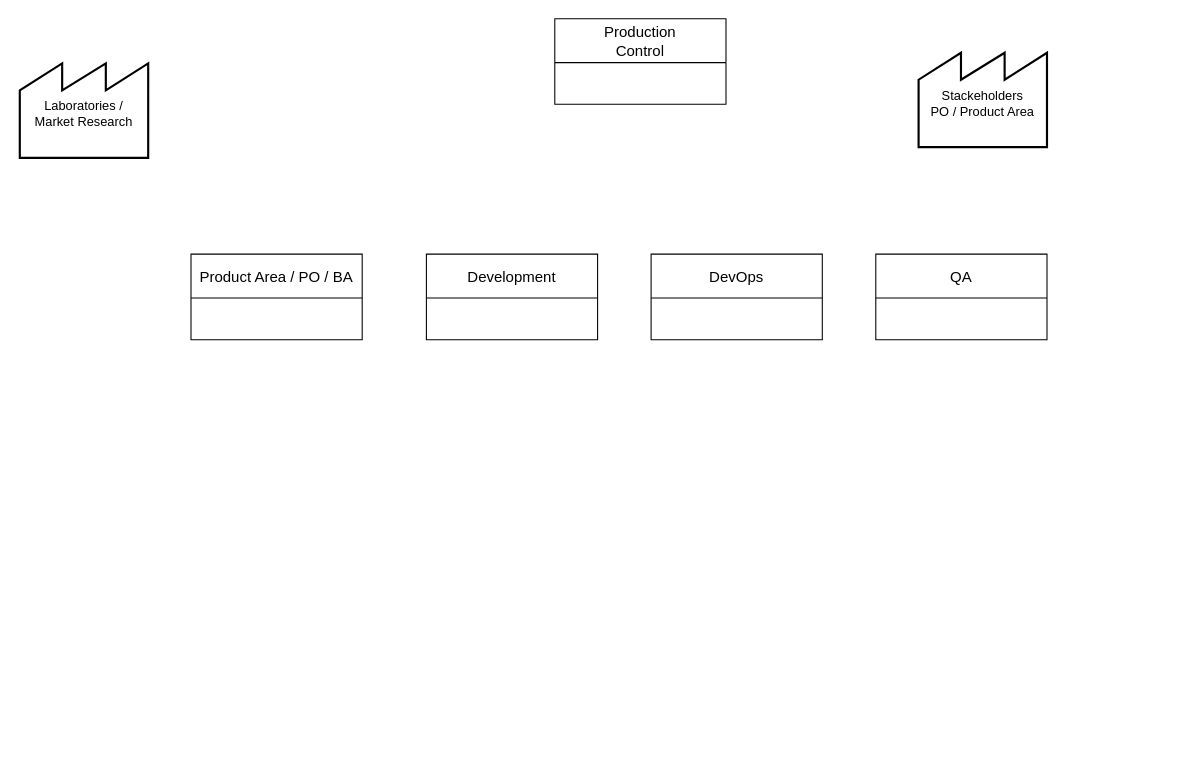
This is src/assets/VSMCurrent.drawio from evertondanilo/ionic-preview-app, a draw.io file, before an edit. Source tidied: cells renumbered, new cells numbered last; positions are measured from the earlier drawing's top-left corner, leaving out a move shared by most shapes. Both pictures are drawn from the tidied source at 107%, with x=0, y=0 at pixel (19, 18).
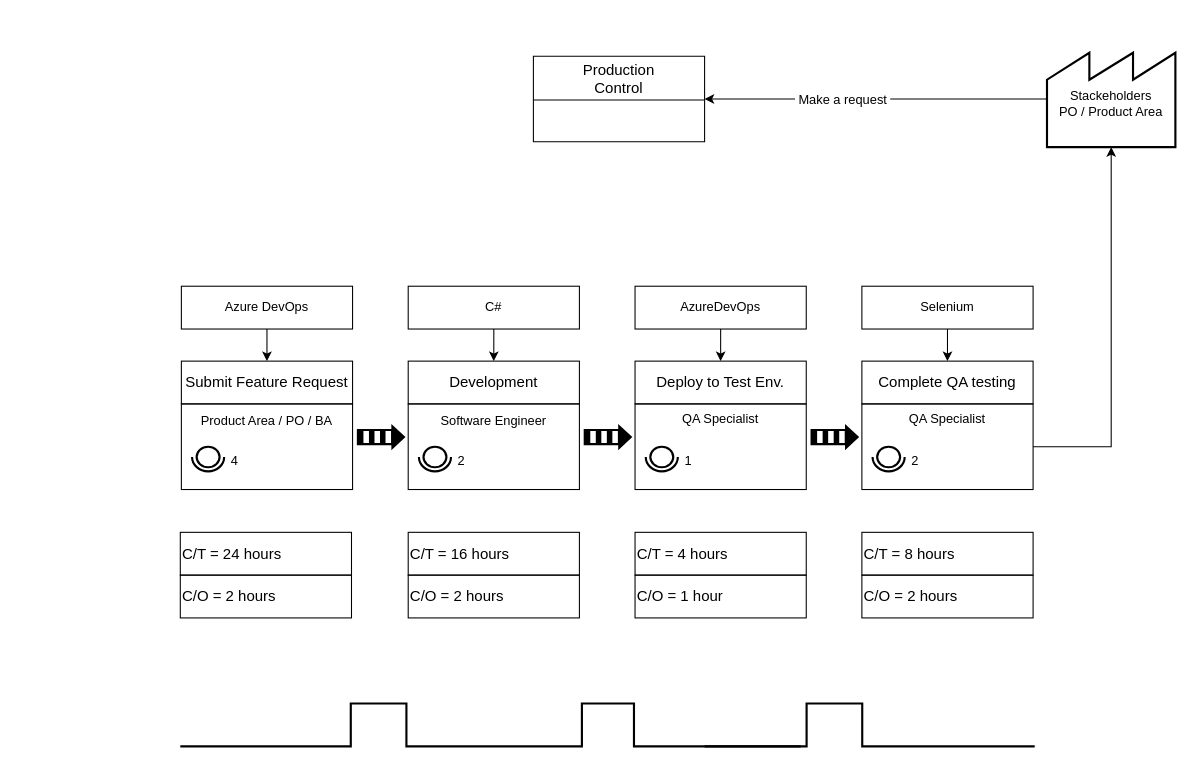
The same page after the edit.

Change to the diagram source:
```diff
@@
+    <mxCell id="9" style="edgeStyle=orthogonalEdgeStyle;rounded=0;jettySize=auto;html=1;entryX=1;entryY=0.5;entryDx=0;entryDy=0;" parent="1" edge="1" source="2" target="3">
+      <mxGeometry relative="1" as="geometry" />
+    </mxCell>
+    <mxCell id="10" value="&lt;font style=&quot;font-size: 12px&quot;&gt;&amp;nbsp;Make a request&amp;nbsp;&lt;/font&gt;" style="edgeLabel;html=1;align=center;verticalAlign=middle;fontSize=14;spacingLeft=4;" parent="9" vertex="1">
+      <mxGeometry x="0.21" y="-1" relative="1" as="geometry" />
+    </mxCell>
     <mxCell id="2" value="Stackeholders&lt;br&gt;PO / Product Area" style="strokeWidth=2;html=1;shape=mxgraph.lean_mapping.outside_sources;whiteSpace=wrap;align=center;verticalAlign=middle;spacingTop=8;" parent="1" vertex="1">
-      <mxGeometry x="840" y="30" width="120" height="90" as="geometry" />
+      <mxGeometry x="960" y="30" width="120" height="90" as="geometry" />
     </mxCell>
     <mxCell id="3" value="Production&#10;Control" style="swimlane;fontStyle=0;horizontal=1;startSize=41;align=center;fontSize=14;" parent="1" vertex="1">
-      <mxGeometry x="500" width="160" height="80" as="geometry" />
+      <mxGeometry x="480" y="35" width="160" height="80" as="geometry" />
     </mxCell>
-    <mxCell id="4" value="QA" style="swimlane;fontStyle=0;horizontal=1;startSize=41;align=center;fontSize=14;" parent="1" vertex="1">
-      <mxGeometry x="800" y="220" width="160" height="80" as="geometry" />
-    </mxCell>
+    <mxCell id="11" style="group;" parent="1" vertex="1">
+      <mxGeometry x="151" y="320" width="160" height="120" as="geometry" />
+    </mxCell>
+    <mxCell id="12" value="&lt;span style=&quot;font-size: 14px&quot;&gt;Submit Feature Request&lt;/span&gt;" style="rounded=0;whiteSpace=wrap;html=1;fillColor=none;align=center;" parent="11" vertex="1">
+      <mxGeometry width="160" height="40" as="geometry" />
+    </mxCell>
-    <mxCell id="5" value="Product Area / PO / BA" style="swimlane;fontStyle=0;horizontal=1;startSize=41;align=center;fontSize=14;" parent="1" vertex="1">
-      <mxGeometry x="160" y="220" width="160" height="80" as="geometry" />
+    <mxCell id="5" value="Product Area / PO / BA&lt;span style=&quot;font-size: 14px&quot;&gt;&lt;br&gt;&lt;/span&gt;" style="rounded=0;whiteSpace=wrap;html=1;fillColor=none;align=center;verticalAlign=top;" parent="11" vertex="1">
+      <mxGeometry y="40" width="160" height="80" as="geometry" />
     </mxCell>
+    <mxCell id="13" style="verticalLabelPosition=bottom;html=1;verticalAlign=top;strokeWidth=2;shape=mxgraph.lean_mapping.operator;fillColor=none;align=center;" parent="11" vertex="1">
+      <mxGeometry x="10" y="80" width="30" height="23" as="geometry" />
+    </mxCell>
+    <mxCell id="14" value="4" style="text;html=1;strokeColor=none;fillColor=none;align=center;verticalAlign=middle;whiteSpace=wrap;rounded=0;" parent="11" vertex="1">
+      <mxGeometry x="30" y="84" width="40" height="20" as="geometry" />
+    </mxCell>
+    <mxCell id="15" style="group;" parent="1" vertex="1">
+      <mxGeometry x="363" y="320" width="160" height="120" as="geometry" />
+    </mxCell>
-    <mxCell id="6" value="Development" style="swimlane;fontStyle=0;horizontal=1;startSize=41;align=center;fontSize=14;" parent="1" vertex="1">
-      <mxGeometry x="380" y="220" width="160" height="80" as="geometry" />
+    <mxCell id="6" value="&lt;span style=&quot;font-size: 14px&quot;&gt;Development&lt;/span&gt;" style="rounded=0;whiteSpace=wrap;html=1;fillColor=none;align=center;" parent="15" vertex="1">
+      <mxGeometry width="160" height="40" as="geometry" />
     </mxCell>
-    <mxCell id="7" value="DevOps" style="swimlane;fontStyle=0;horizontal=1;startSize=41;align=center;fontSize=14;" parent="1" vertex="1">
-      <mxGeometry x="590" y="220" width="160" height="80" as="geometry" />
-    </mxCell>
-    <mxCell id="8" value="Laboratories / &lt;br&gt;Market Research" style="strokeWidth=2;html=1;shape=mxgraph.lean_mapping.outside_sources;whiteSpace=wrap;align=center;verticalAlign=middle;spacingTop=8;" parent="1" vertex="1">
-      <mxGeometry y="40" width="120" height="90" as="geometry" />
-    </mxCell>
+    <mxCell id="16" value="&lt;span&gt;Software Engineer&lt;/span&gt;&lt;span style=&quot;font-size: 14px&quot;&gt;&lt;br&gt;&lt;/span&gt;" style="rounded=0;whiteSpace=wrap;html=1;fillColor=none;align=center;verticalAlign=top;" parent="15" vertex="1">
+      <mxGeometry y="40" width="160" height="80" as="geometry" />
+    </mxCell>
+    <mxCell id="17" style="verticalLabelPosition=bottom;html=1;verticalAlign=top;strokeWidth=2;shape=mxgraph.lean_mapping.operator;fillColor=none;align=center;" parent="15" vertex="1">
+      <mxGeometry x="10" y="80" width="30" height="23" as="geometry" />
+    </mxCell>
+    <mxCell id="18" value="2" style="text;html=1;strokeColor=none;fillColor=none;align=center;verticalAlign=middle;whiteSpace=wrap;rounded=0;" parent="15" vertex="1">
+      <mxGeometry x="30" y="84" width="40" height="20" as="geometry" />
+    </mxCell>
+    <mxCell id="19" style="group;" parent="1" vertex="1">
+      <mxGeometry x="787" y="320" width="160" height="120" as="geometry" />
+    </mxCell>
+    <mxCell id="20" value="&lt;span style=&quot;font-size: 14px&quot;&gt;Complete QA testing&lt;/span&gt;" style="rounded=0;whiteSpace=wrap;html=1;fillColor=none;align=center;" parent="19" vertex="1">
+      <mxGeometry width="160" height="40" as="geometry" />
+    </mxCell>
+    <mxCell id="21" value="QA Specialist" style="rounded=0;whiteSpace=wrap;html=1;fillColor=none;align=center;verticalAlign=top;" parent="19" vertex="1">
+      <mxGeometry y="40" width="160" height="80" as="geometry" />
+    </mxCell>
+    <mxCell id="22" style="verticalLabelPosition=bottom;html=1;verticalAlign=top;strokeWidth=2;shape=mxgraph.lean_mapping.operator;fillColor=none;align=center;" parent="19" vertex="1">
+      <mxGeometry x="10" y="80" width="30" height="23" as="geometry" />
+    </mxCell>
+    <mxCell id="23" value="2" style="text;html=1;strokeColor=none;fillColor=none;align=center;verticalAlign=middle;whiteSpace=wrap;rounded=0;" parent="19" vertex="1">
+      <mxGeometry x="30" y="84" width="40" height="20" as="geometry" />
+    </mxCell>
+    <mxCell id="24" style="group;" parent="1" vertex="1">
+      <mxGeometry x="575" y="320" width="160" height="120" as="geometry" />
+    </mxCell>
+    <mxCell id="25" value="&lt;span style=&quot;font-size: 14px&quot;&gt;Deploy to Test Env.&lt;/span&gt;" style="rounded=0;whiteSpace=wrap;html=1;fillColor=none;align=center;" parent="24" vertex="1">
+      <mxGeometry width="160" height="40" as="geometry" />
+    </mxCell>
+    <mxCell id="26" value="QA Specialist" style="rounded=0;whiteSpace=wrap;html=1;fillColor=none;align=center;verticalAlign=top;" parent="24" vertex="1">
+      <mxGeometry y="40" width="160" height="80" as="geometry" />
+    </mxCell>
+    <mxCell id="27" style="verticalLabelPosition=bottom;html=1;verticalAlign=top;strokeWidth=2;shape=mxgraph.lean_mapping.operator;fillColor=none;align=center;" parent="24" vertex="1">
+      <mxGeometry x="10" y="80" width="30" height="23" as="geometry" />
+    </mxCell>
+    <mxCell id="28" value="1" style="text;html=1;strokeColor=none;fillColor=none;align=center;verticalAlign=middle;whiteSpace=wrap;rounded=0;" parent="24" vertex="1">
+      <mxGeometry x="30" y="84" width="40" height="20" as="geometry" />
+    </mxCell>
+    <mxCell id="29" style="edgeStyle=orthogonalEdgeStyle;rounded=0;jettySize=auto;html=1;fontSize=14;entryX=0.5;entryY=0;entryDx=0;entryDy=0;" parent="1" edge="1" source="30" target="12">
+      <mxGeometry relative="1" as="geometry" />
+    </mxCell>
+    <mxCell id="30" value="Azure DevOps" style="rounded=0;whiteSpace=wrap;html=1;fillColor=none;align=center;" parent="1" vertex="1">
+      <mxGeometry x="151" y="250" width="160" height="40" as="geometry" />
+    </mxCell>
+    <mxCell id="31" style="edgeStyle=orthogonalEdgeStyle;rounded=0;jettySize=auto;html=1;fontSize=14;" parent="1" edge="1" source="32">
+      <mxGeometry relative="1" as="geometry">
+        <mxPoint x="443" y="320" as="targetPoint" />
+      </mxGeometry>
+    </mxCell>
+    <mxCell id="32" value="C#" style="rounded=0;whiteSpace=wrap;html=1;fillColor=none;align=center;" parent="1" vertex="1">
+      <mxGeometry x="363" y="250" width="160" height="40" as="geometry" />
+    </mxCell>
+    <mxCell id="33" style="edgeStyle=orthogonalEdgeStyle;rounded=0;jettySize=auto;html=1;fontSize=14;" parent="1" edge="1" source="34">
+      <mxGeometry relative="1" as="geometry">
+        <mxPoint x="655" y="320" as="targetPoint" />
+      </mxGeometry>
+    </mxCell>
+    <mxCell id="34" value="AzureDevOps" style="rounded=0;whiteSpace=wrap;html=1;fillColor=none;align=center;" parent="1" vertex="1">
+      <mxGeometry x="575" y="250" width="160" height="40" as="geometry" />
+    </mxCell>
+    <mxCell id="35" style="edgeStyle=orthogonalEdgeStyle;rounded=0;jettySize=auto;html=1;fontSize=14;" parent="1" edge="1" source="36">
+      <mxGeometry relative="1" as="geometry">
+        <mxPoint x="867" y="320" as="targetPoint" />
+      </mxGeometry>
+    </mxCell>
+    <mxCell id="36" value="Selenium" style="rounded=0;whiteSpace=wrap;html=1;fillColor=none;align=center;" parent="1" vertex="1">
+      <mxGeometry x="787" y="250" width="160" height="40" as="geometry" />
+    </mxCell>
+    <mxCell id="37" style="edgeStyle=orthogonalEdgeStyle;rounded=0;jettySize=auto;html=1;entryX=0.5;entryY=1;entryDx=0;entryDy=0;" parent="1" edge="1" source="21" target="2">
+      <mxGeometry relative="1" as="geometry" />
+    </mxCell>
+    <mxCell id="38" style="verticalLabelPosition=bottom;html=1;verticalAlign=top;strokeWidth=2;shape=mxgraph.lean_mapping.push_arrow;fillColor=none;fontSize=14;align=center;" parent="1" vertex="1">
+      <mxGeometry x="316" y="381" width="43" height="20" as="geometry" />
+    </mxCell>
+    <mxCell id="39" style="verticalLabelPosition=bottom;html=1;verticalAlign=top;strokeWidth=2;shape=mxgraph.lean_mapping.push_arrow;fillColor=none;fontSize=14;align=center;" parent="1" vertex="1">
+      <mxGeometry x="528" y="381" width="43" height="20" as="geometry" />
+    </mxCell>
+    <mxCell id="40" style="verticalLabelPosition=bottom;html=1;verticalAlign=top;strokeWidth=2;shape=mxgraph.lean_mapping.push_arrow;fillColor=none;fontSize=14;align=center;" parent="1" vertex="1">
+      <mxGeometry x="740" y="381" width="43" height="20" as="geometry" />
+    </mxCell>
+    <mxCell id="41" style="group;" parent="1" vertex="1">
+      <mxGeometry x="150" y="480" width="160" height="80" as="geometry" />
+    </mxCell>
+    <mxCell id="42" value="&lt;span style=&quot;font-size: 14px&quot;&gt;C/T = 24 hours&lt;/span&gt;" style="rounded=0;whiteSpace=wrap;html=1;fillColor=none;align=left;" parent="41" vertex="1">
+      <mxGeometry width="160" height="40" as="geometry" />
+    </mxCell>
+    <mxCell id="43" value="&lt;span style=&quot;font-size: 14px&quot;&gt;C/O = 2 hours&lt;/span&gt;" style="rounded=0;whiteSpace=wrap;html=1;fillColor=none;align=left;" parent="41" vertex="1">
+      <mxGeometry y="40" width="160" height="40" as="geometry" />
+    </mxCell>
+    <mxCell id="44" style="group;" parent="1" vertex="1">
+      <mxGeometry x="363" y="480" width="160" height="80" as="geometry" />
+    </mxCell>
+    <mxCell id="45" value="&lt;span style=&quot;font-size: 14px&quot;&gt;C/T = 16 hours&lt;/span&gt;" style="rounded=0;whiteSpace=wrap;html=1;fillColor=none;align=left;" parent="44" vertex="1">
+      <mxGeometry width="160" height="40" as="geometry" />
+    </mxCell>
+    <mxCell id="46" value="&lt;span style=&quot;font-size: 14px&quot;&gt;C/O = 2 hours&lt;/span&gt;" style="rounded=0;whiteSpace=wrap;html=1;fillColor=none;align=left;" parent="44" vertex="1">
+      <mxGeometry y="40" width="160" height="40" as="geometry" />
+    </mxCell>
+    <mxCell id="47" style="group;" parent="1" vertex="1">
+      <mxGeometry x="575" y="480" width="160" height="80" as="geometry" />
+    </mxCell>
+    <mxCell id="48" value="&lt;span style=&quot;font-size: 14px&quot;&gt;C/T = 4 hours&lt;/span&gt;" style="rounded=0;whiteSpace=wrap;html=1;fillColor=none;align=left;" parent="47" vertex="1">
+      <mxGeometry width="160" height="40" as="geometry" />
+    </mxCell>
+    <mxCell id="49" value="&lt;span style=&quot;font-size: 14px&quot;&gt;C/O = 1 hour&lt;/span&gt;" style="rounded=0;whiteSpace=wrap;html=1;fillColor=none;align=left;" parent="47" vertex="1">
+      <mxGeometry y="40" width="160" height="40" as="geometry" />
+    </mxCell>
+    <mxCell id="50" style="group;" parent="1" vertex="1">
+      <mxGeometry x="787" y="480" width="160" height="80" as="geometry" />
+    </mxCell>
+    <mxCell id="51" value="&lt;span style=&quot;font-size: 14px&quot;&gt;C/T = 8 hours&lt;/span&gt;" style="rounded=0;whiteSpace=wrap;html=1;fillColor=none;align=left;" parent="50" vertex="1">
+      <mxGeometry width="160" height="40" as="geometry" />
+    </mxCell>
+    <mxCell id="52" value="&lt;span style=&quot;font-size: 14px&quot;&gt;C/O = 2 hours&lt;/span&gt;" style="rounded=0;whiteSpace=wrap;html=1;fillColor=none;align=left;" parent="50" vertex="1">
+      <mxGeometry y="40" width="160" height="40" as="geometry" />
+    </mxCell>
+    <mxCell id="53" style="group;" parent="1" vertex="1">
+      <mxGeometry x="150" y="640" width="867" height="50" as="geometry" />
+    </mxCell>
+    <mxCell id="54" style="verticalLabelPosition=bottom;html=1;verticalAlign=top;strokeWidth=2;shape=mxgraph.lean_mapping.timeline2;dx1=0;dy1=1;dx2=159.333;dy2=0;dx3=211.333;dy3=0.642;dx4=375.333;dy4=0.342;dx5=424;dy5=0.592;dy6=0.958;fillColor=none;fontSize=14;align=center;rotation=0;" parent="53" vertex="1">
+      <mxGeometry width="580" height="40" as="geometry" />
+    </mxCell>
+    <mxCell id="55" style="verticalLabelPosition=bottom;html=1;verticalAlign=top;strokeWidth=2;shape=mxgraph.lean_mapping.timeline2;dx1=0;dy1=1;dx2=95.333;dy2=0;dx3=144;dy3=0.292;dx4=147.333;dy4=0.575;dx5=375.333;dy5=0.842;dy6=1;fillColor=none;fontSize=14;align=center;rotation=0;" parent="53" vertex="1">
+      <mxGeometry x="490" width="340" height="40" as="geometry" />
+    </mxCell>
+    <mxCell id="56" style="rounded=0;whiteSpace=wrap;html=1;fontSize=14;align=center;strokeColor=#FFFFFF;" parent="53" vertex="1">
+      <mxGeometry x="799" y="20" width="68" height="30" as="geometry" />
+    </mxCell>
```
